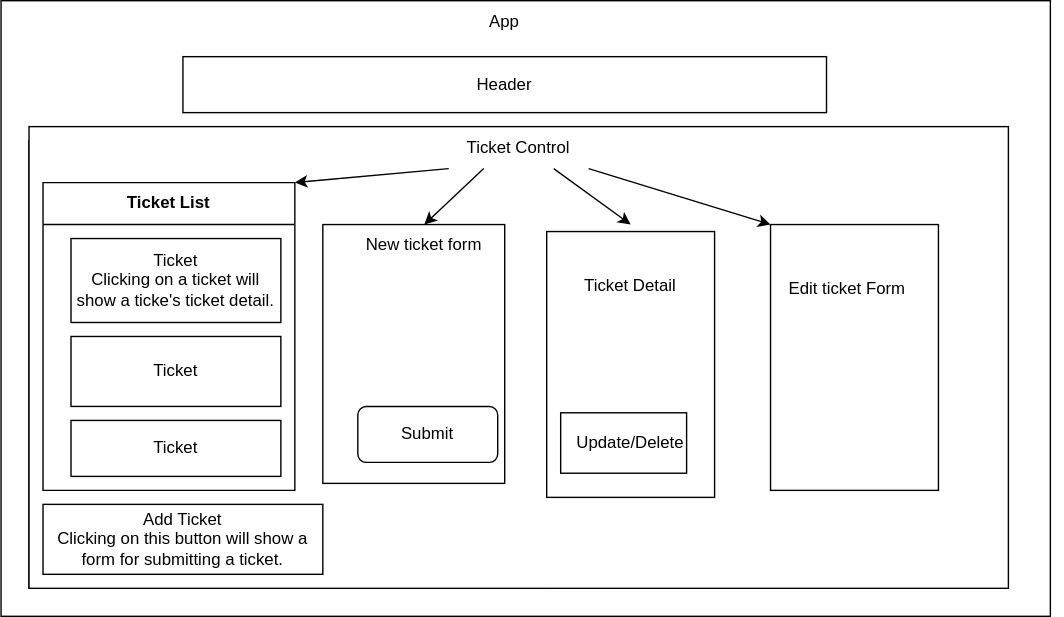
kimmykokonut/help-queue keeps this draw.io diagram as src/img/component-diagram.drawio.svg. Above is the earlier version. Source tidied: cells renumbered, new cells last; positions are measured from the earlier drawing's top-left corner, leaving out a move shared by most shapes.
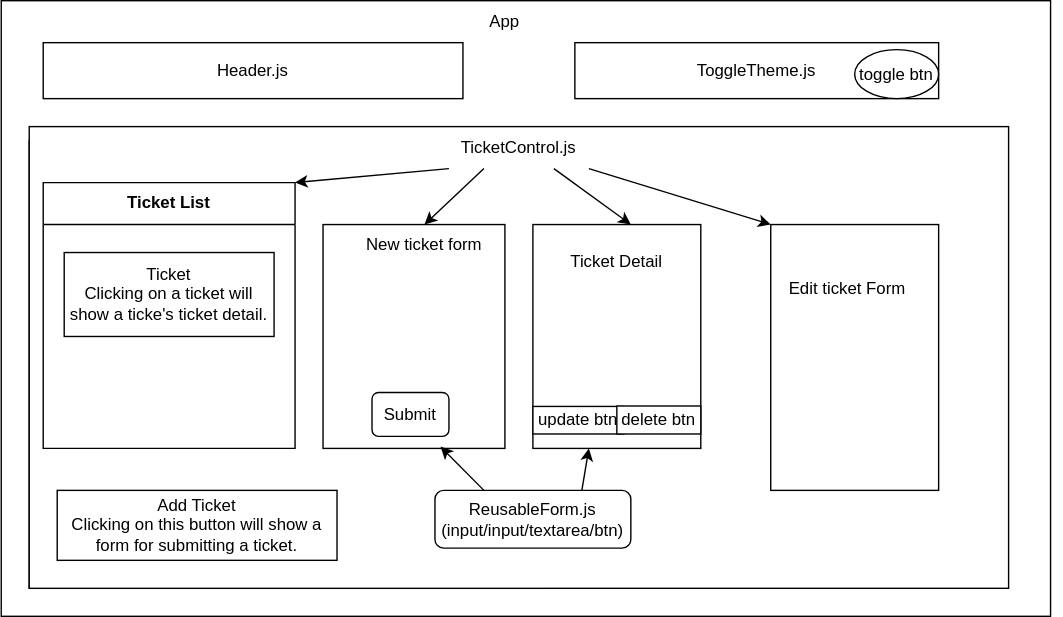
The same file after the commit.

Change to the diagram source:
```diff
@@ -17,22 +17,16 @@
       <mxGeometry x="20" y="90" width="700" height="330" as="geometry" />
     </mxCell>
     <mxCell id="6" value="Ticket List" style="swimlane;whiteSpace=wrap;html=1;startSize=30;" parent="1" vertex="1">
-      <mxGeometry x="30" y="130" width="180" height="220" as="geometry" />
+      <mxGeometry x="30" y="130" width="180" height="190" as="geometry" />
     </mxCell>
-    <mxCell id="7" value="Ticket" style="rounded=0;whiteSpace=wrap;html=1;" parent="6" vertex="1">
-      <mxGeometry x="20" y="170" width="150" height="40" as="geometry" />
-    </mxCell>
     <mxCell id="8" value="Ticket&lt;br&gt;Clicking on a ticket will show a ticke's ticket detail." style="rounded=0;whiteSpace=wrap;html=1;" parent="6" vertex="1">
-      <mxGeometry x="20" y="40" width="150" height="60" as="geometry" />
+      <mxGeometry x="15" y="50" width="150" height="60" as="geometry" />
     </mxCell>
-    <mxCell id="9" value="Ticket" style="rounded=0;whiteSpace=wrap;html=1;" parent="6" vertex="1">
-      <mxGeometry x="20" y="110" width="150" height="50" as="geometry" />
-    </mxCell>
-    <mxCell id="10" value="Header" style="rounded=0;whiteSpace=wrap;html=1;" parent="1" vertex="1">
-      <mxGeometry x="130" y="40" width="460" height="40" as="geometry" />
+    <mxCell id="10" value="Header.js" style="rounded=0;whiteSpace=wrap;html=1;" parent="1" vertex="1">
+      <mxGeometry x="30" y="30" width="300" height="40" as="geometry" />
     </mxCell>
     <mxCell id="11" value="Add Ticket&lt;br&gt;Clicking on this button will show a form for submitting a ticket." style="rounded=0;whiteSpace=wrap;html=1;" parent="1" vertex="1">
-      <mxGeometry x="30" y="360" width="200" height="50" as="geometry" />
+      <mxGeometry x="40" y="350" width="200" height="50" as="geometry" />
     </mxCell>
     <mxCell id="12" value="App" style="text;html=1;strokeColor=none;fillColor=none;align=center;verticalAlign=middle;whiteSpace=wrap;rounded=0;" parent="1" vertex="1">
       <mxGeometry x="330" width="60" height="30" as="geometry" />
@@ -51,41 +45,55 @@
     <mxCell id="16" style="edgeStyle=none;html=1;exitX=1;exitY=1;exitDx=0;exitDy=0;entryX=0;entryY=0;entryDx=0;entryDy=0;" parent="1" edge="1" source="17" target="27">
       <mxGeometry relative="1" as="geometry" />
     </mxCell>
-    <mxCell id="17" value="Ticket Control" style="text;html=1;strokeColor=none;fillColor=none;align=center;verticalAlign=middle;whiteSpace=wrap;rounded=0;" parent="1" vertex="1">
+    <mxCell id="17" value="TicketControl.js" style="text;html=1;strokeColor=none;fillColor=none;align=center;verticalAlign=middle;whiteSpace=wrap;rounded=0;" parent="1" vertex="1">
       <mxGeometry x="320" y="90" width="100" height="30" as="geometry" />
     </mxCell>
     <mxCell id="18" style="rounded=0;whiteSpace=wrap;html=1;" parent="1" vertex="1">
-      <mxGeometry x="230" y="160" width="130" height="185" as="geometry" />
+      <mxGeometry x="230" y="160" width="130" height="160" as="geometry" />
     </mxCell>
     <mxCell id="19" value="New ticket form" style="text;html=1;strokeColor=none;fillColor=none;align=center;verticalAlign=middle;whiteSpace=wrap;rounded=0;" parent="1" vertex="1">
       <mxGeometry x="260" y="160" width="85" height="30" as="geometry" />
     </mxCell>
-    <mxCell id="20" style="rounded=1;whiteSpace=wrap;html=1;" parent="1" vertex="1">
-      <mxGeometry x="255" y="290" width="100" height="40" as="geometry" />
+    <mxCell id="20" value="Submit" style="rounded=1;whiteSpace=wrap;html=1;" parent="1" vertex="1">
+      <mxGeometry x="265" y="280" width="55" height="31.4" as="geometry" />
     </mxCell>
-    <mxCell id="21" value="Submit" style="text;html=1;strokeColor=none;fillColor=none;align=center;verticalAlign=middle;whiteSpace=wrap;rounded=0;" parent="1" vertex="1">
-      <mxGeometry x="275" y="295" width="60" height="30" as="geometry" />
-    </mxCell>
     <mxCell id="22" style="group;" parent="1" vertex="1">
-      <mxGeometry x="390" y="165" width="120" height="190" as="geometry" />
+      <mxGeometry x="380" y="160" width="120" height="160" as="geometry" />
     </mxCell>
     <mxCell id="23" style="rounded=0;whiteSpace=wrap;html=1;" parent="22" vertex="1">
-      <mxGeometry width="120" height="190" as="geometry" />
+      <mxGeometry width="120" height="160" as="geometry" />
     </mxCell>
     <mxCell id="24" value="Ticket Detail" style="text;html=1;strokeColor=none;fillColor=none;align=center;verticalAlign=middle;whiteSpace=wrap;rounded=0;" parent="22" vertex="1">
-      <mxGeometry x="20" y="25.9" width="80" height="25.9" as="geometry" />
+      <mxGeometry x="20" y="17.8" width="80" height="17.8" as="geometry" />
     </mxCell>
-    <mxCell id="25" style="rounded=0;whiteSpace=wrap;html=1;" parent="22" vertex="1">
-      <mxGeometry x="10" y="129.5" width="90" height="43.2" as="geometry" />
+    <mxCell id="25" value="update btn" style="rounded=0;whiteSpace=wrap;html=1;" parent="22" vertex="1">
+      <mxGeometry y="130" width="65" height="19.7" as="geometry" />
     </mxCell>
-    <mxCell id="26" value="Update/Delete" style="text;html=1;strokeColor=none;fillColor=none;align=center;verticalAlign=middle;whiteSpace=wrap;rounded=0;" parent="22" vertex="1">
-      <mxGeometry x="30" y="138.2" width="60" height="25.9" as="geometry" />
-    </mxCell>
+    <mxCell id="29" value="delete btn" style="rounded=0;whiteSpace=wrap;html=1;" parent="22" vertex="1">
+      <mxGeometry x="60" y="129.7" width="60" height="20" as="geometry" />
+    </mxCell>
     <mxCell id="27" style="rounded=0;whiteSpace=wrap;html=1;" parent="1" vertex="1">
       <mxGeometry x="550" y="160" width="120" height="190" as="geometry" />
     </mxCell>
     <mxCell id="28" value="Edit ticket Form" style="text;html=1;strokeColor=none;fillColor=none;align=center;verticalAlign=middle;whiteSpace=wrap;rounded=0;" parent="1" vertex="1">
       <mxGeometry x="560" y="191" width="90" height="30" as="geometry" />
     </mxCell>
+    <mxCell id="30" value="ToggleTheme.js" style="rounded=0;whiteSpace=wrap;html=1;" parent="1" vertex="1">
+      <mxGeometry x="410" y="30" width="260" height="40" as="geometry" />
+    </mxCell>
+    <mxCell id="31" style="edgeStyle=none;html=1;exitX=0.75;exitY=0;exitDx=0;exitDy=0;" parent="1" edge="1" source="33">
+      <mxGeometry relative="1" as="geometry">
+        <mxPoint x="420" y="320" as="targetPoint" />
+      </mxGeometry>
+    </mxCell>
+    <mxCell id="32" style="edgeStyle=none;html=1;exitX=0.25;exitY=0;exitDx=0;exitDy=0;entryX=0.646;entryY=0.992;entryDx=0;entryDy=0;entryPerimeter=0;" parent="1" edge="1" source="33" target="18">
+      <mxGeometry relative="1" as="geometry" />
+    </mxCell>
+    <mxCell id="33" value="ReusableForm.js&lt;br&gt;(input/input/textarea/btn)" style="rounded=1;whiteSpace=wrap;html=1;" parent="1" vertex="1">
+      <mxGeometry x="310" y="350" width="140" height="41.2" as="geometry" />
+    </mxCell>
+    <mxCell id="34" value="toggle btn" style="ellipse;whiteSpace=wrap;html=1;" parent="1" vertex="1">
+      <mxGeometry x="610" y="35" width="60" height="35" as="geometry" />
+    </mxCell>
   </root>
 </mxGraphModel>
```
